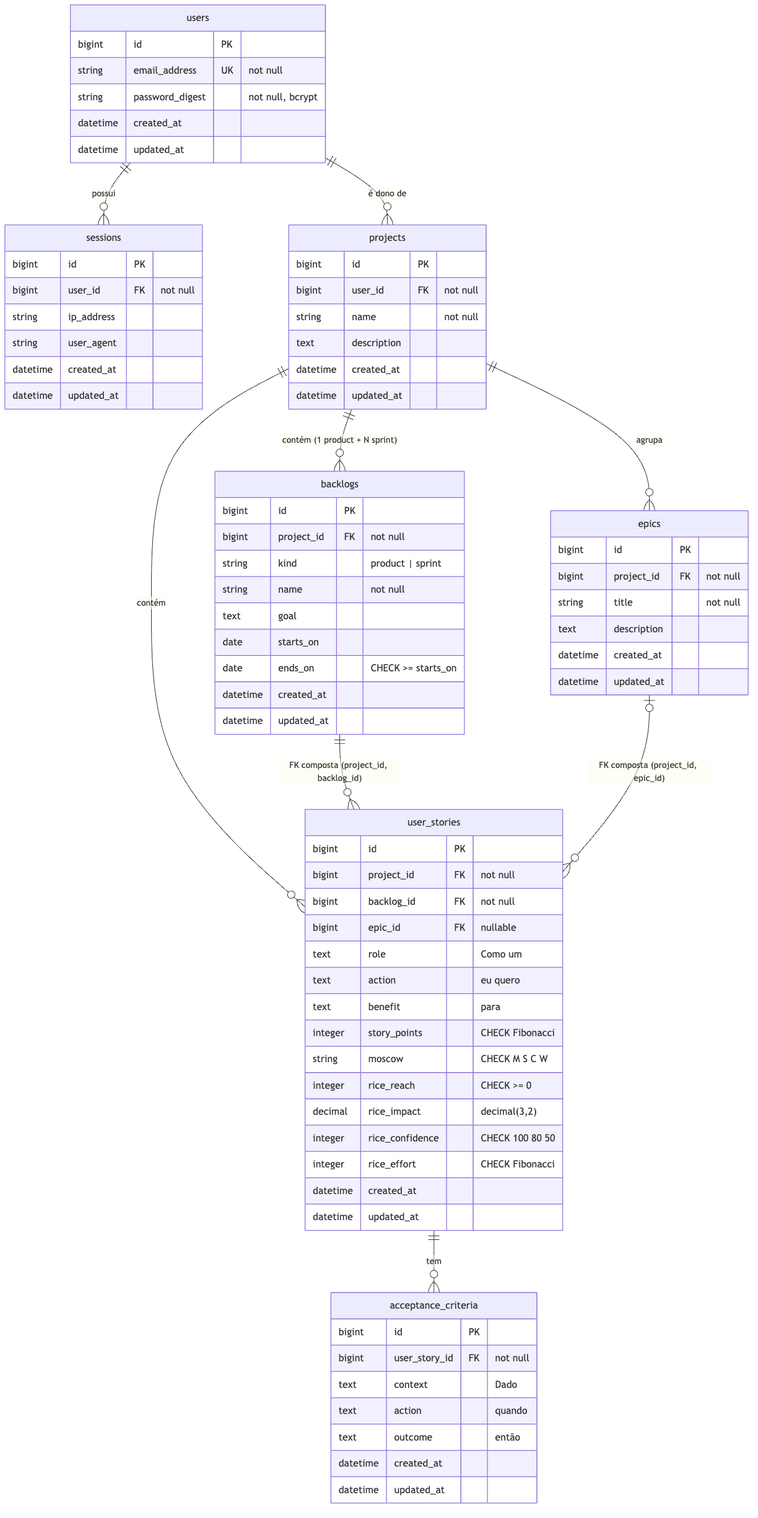
Above: docs/BANCO-DE-DADOS/der.png in WilsonSousajr/okonomi (Mermaid), before the change. Its source is kept beside it as docs/BANCO-DE-DADOS/der.mmd.
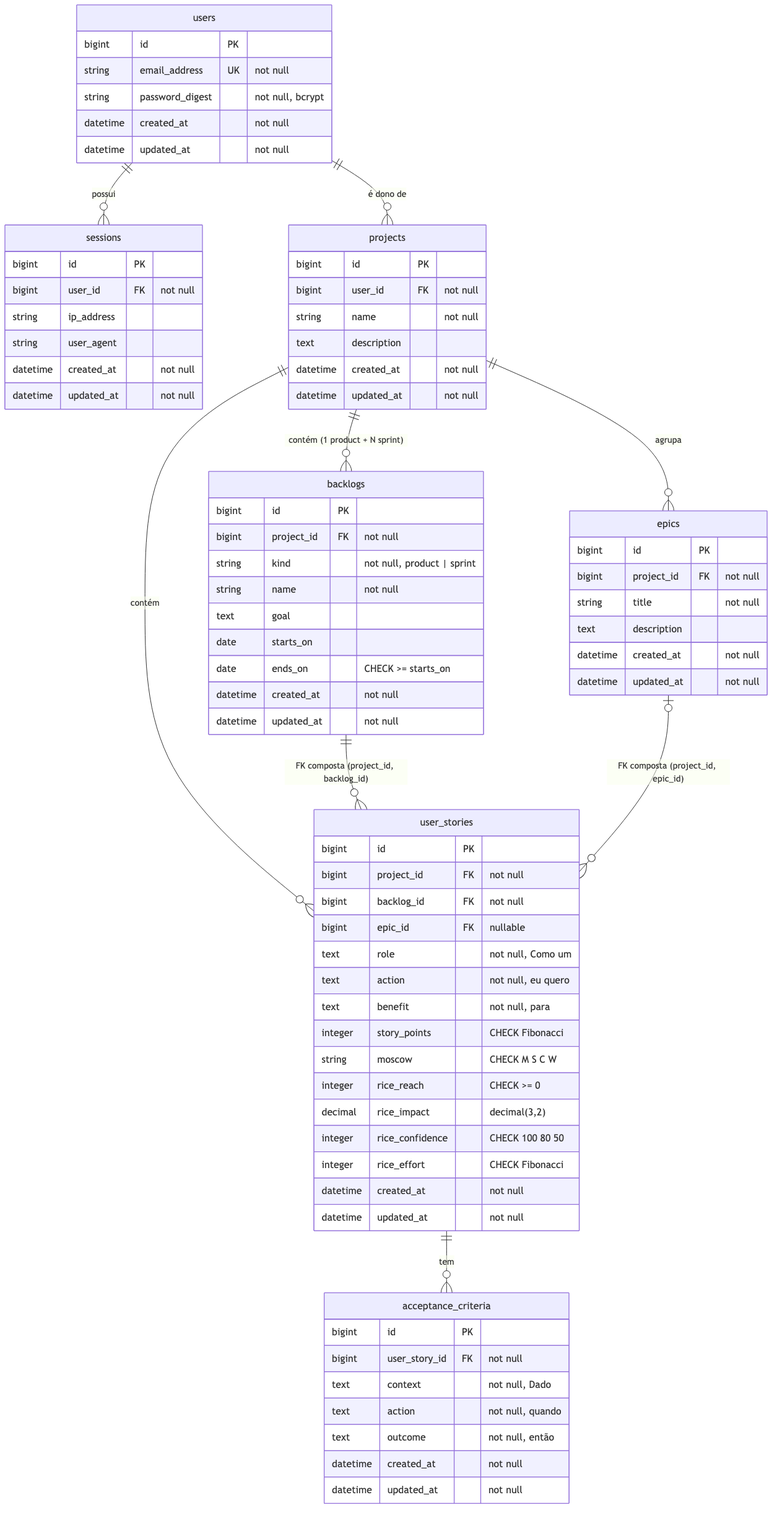
Above is the later version.

The edit, as a diff of the source:
```diff
@@ -12,67 +12,67 @@
     bigint id PK
     string email_address UK "not null"
     string password_digest "not null, bcrypt"
-    datetime created_at
-    datetime updated_at
+    datetime created_at "not null"
+    datetime updated_at "not null"
   }
   sessions {
     bigint id PK
     bigint user_id FK "not null"
     string ip_address
     string user_agent
-    datetime created_at
-    datetime updated_at
+    datetime created_at "not null"
+    datetime updated_at "not null"
   }
   projects {
     bigint id PK
     bigint user_id FK "not null"
     string name "not null"
     text description
-    datetime created_at
-    datetime updated_at
+    datetime created_at "not null"
+    datetime updated_at "not null"
   }
   backlogs {
     bigint id PK
     bigint project_id FK "not null"
-    string kind "product | sprint"
+    string kind "not null, product | sprint"
     string name "not null"
     text goal
     date starts_on
     date ends_on "CHECK >= starts_on"
-    datetime created_at
-    datetime updated_at
+    datetime created_at "not null"
+    datetime updated_at "not null"
   }
   epics {
     bigint id PK
     bigint project_id FK "not null"
     string title "not null"
     text description
-    datetime created_at
-    datetime updated_at
+    datetime created_at "not null"
+    datetime updated_at "not null"
   }
   user_stories {
     bigint id PK
     bigint project_id FK "not null"
     bigint backlog_id FK "not null"
     bigint epic_id FK "nullable"
-    text role "Como um"
-    text action "eu quero"
-    text benefit "para"
+    text role "not null, Como um"
+    text action "not null, eu quero"
+    text benefit "not null, para"
     integer story_points "CHECK Fibonacci"
     string moscow "CHECK M S C W"
     integer rice_reach "CHECK >= 0"
     decimal rice_impact "decimal(3,2)"
     integer rice_confidence "CHECK 100 80 50"
     integer rice_effort "CHECK Fibonacci"
-    datetime created_at
-    datetime updated_at
+    datetime created_at "not null"
+    datetime updated_at "not null"
   }
   acceptance_criteria {
     bigint id PK
     bigint user_story_id FK "not null"
-    text context "Dado"
-    text action "quando"
-    text outcome "então"
-    datetime created_at
-    datetime updated_at
+    text context "not null, Dado"
+    text action "not null, quando"
+    text outcome "not null, então"
+    datetime created_at "not null"
+    datetime updated_at "not null"
   }
```
